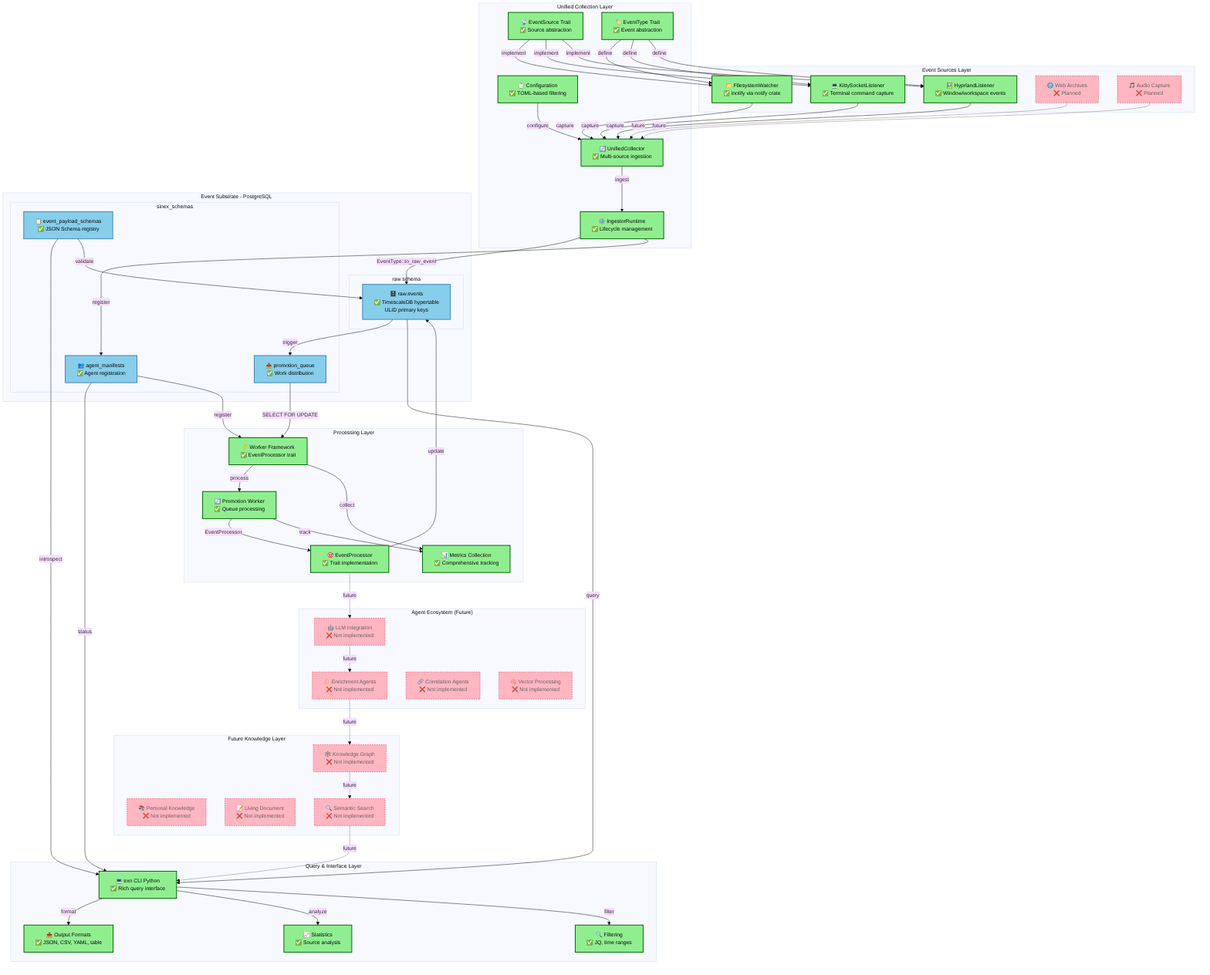
This is spec/diagram/system_architecture.png from Sinity/sinex, a Mermaid export, as it was before one commit. Its source is kept beside it as spec/diagram/system_architecture.mmd. Its diagram source:
```mermaid
%%{init: {'theme':'base', 'themeVariables': { 'fontSize': '14px'}}}%%
graph TB
    subgraph "Event Sources Layer"
        direction TB
        FS[📁 FilesystemWatcher<br/>✅ inotify via notify crate]
        TERM[💻 KittySocketListener<br/>✅ Terminal command capture]
        WM[🖼️ HyprlandListener<br/>✅ Window/workspace events]
        WEB[🌐 Web Archives<br/>❌ Planned]
        AUDIO[🎵 Audio Capture<br/>❌ Planned]
    end

    subgraph "Unified Collection Layer"
        direction TB
        UC[🔄 UnifiedCollector<br/>✅ Multi-source ingestion]
        RT[⚙️ IngestorRuntime<br/>✅ Lifecycle management]
        CFG[📋 Configuration<br/>✅ TOML-based filtering]
        ES[📡 EventSource Trait<br/>✅ Source abstraction]
        ET[🏷️ EventType Trait<br/>✅ Event abstraction]
    end

    subgraph "Event Substrate - PostgreSQL + TimescaleDB"
        direction TB

        subgraph "raw schema"
            RAW[🗄️ raw.events<br/>✅ TimescaleDB hypertable<br/>ULID primary keys]
        end

        subgraph "sinex_schemas"
            SCHEMA[📋 event_payload_schemas<br/>✅ JSON Schema registry]
            MANIFEST[👥 agent_manifests<br/>✅ Agent registration]
            QUEUE[📤 work_queue<br/>✅ Work distribution]
        end
    end

    subgraph "Processing Layer"
        direction TB
        WORKER[⚡ Worker Framework<br/>✅ EventProcessor trait]
        PROMO[🔄 Promotion Worker<br/>✅ Queue processing]
        PROC[🎯 EventProcessor<br/>✅ Trait implementation]
        METRICS[📊 Metrics Collection<br/>✅ Comprehensive tracking]
    end

    subgraph "Agent Ecosystem (Future)"
        direction TB
        LLM[🤖 LLM Integration<br/>❌ Not implemented]
        ENRICH[✨ Enrichment Agents<br/>❌ Not implemented]
        CORR[🔗 Correlation Agents<br/>❌ Not implemented]
        VEC[🧠 Vector Processing<br/>❌ Not implemented]
    end

    subgraph "Query & Interface Layer"
        direction TB
        CLI[💻 exo CLI Python<br/>✅ Rich query interface]
        STATS[📈 Statistics<br/>✅ Source analysis]
        FILTER[🔍 Filtering<br/>✅ JQ, time ranges]
        OUTPUT[📤 Output Formats<br/>✅ JSON, CSV, YAML, table]
    end

    subgraph "Future Knowledge Layer"
        direction TB
        PKM[📚 Personal Knowledge<br/>❌ Not implemented]
        GRAPH[🕸️ Knowledge Graph<br/>❌ Not implemented]
        LIVING[📝 Living Document<br/>❌ Not implemented]
        SEARCH[🔍 Semantic Search<br/>❌ Not implemented]
    end

    FS -->|capture| UC
    TERM -->|capture| UC
    WM -->|capture| UC
    UC -->|ingest| RT
    RT -->|EventType::to_raw_event| RAW
    RT -->|register| MANIFEST
    RAW -->|trigger| QUEUE
    QUEUE -->|SELECT FOR UPDATE| WORKER
    WORKER -->|process| PROMO
    PROMO -->|EventProcessor| PROC
    PROC -->|update| RAW

    CFG -->|configure| UC
    ES -->|implement| FS
    ES -->|implement| TERM
    ES -->|implement| WM
    ET -->|define| FS
    ET -->|define| TERM
    ET -->|define| WM

    RAW -->|query| CLI
    SCHEMA -->|introspect| CLI
    MANIFEST -->|status| CLI
    CLI -->|format| OUTPUT
    CLI -->|analyze| STATS
    CLI -->|filter| FILTER

    WORKER -->|collect| METRICS
    PROMO -->|track| METRICS

    WEB -.->|future| UC
    AUDIO -.->|future| UC
    PROC -.->|future| LLM
    LLM -.->|future| ENRICH
    ENRICH -.->|future| GRAPH
    GRAPH -.->|future| SEARCH
    SEARCH -.->|future| CLI

    SCHEMA -->|validate| RAW
    MANIFEST -->|register| WORKER

    classDef implemented fill:#90EE90,stroke:#006400,stroke-width:2px,color:#000
    classDef partial fill:#FFD700,stroke:#FF8C00,stroke-width:2px,color:#000
    classDef notImpl fill:#FFB6C1,stroke:#DC143C,stroke-width:1px,stroke-dasharray:3 3,color:#666
    classDef database fill:#87CEEB,stroke:#4682B4,stroke-width:2px,color:#000

    class FS,TERM,WM,UC,RT,CFG,ES,ET,WORKER,PROMO,PROC,METRICS,CLI,STATS,FILTER,OUTPUT implemented
    class RAW,SCHEMA,MANIFEST,QUEUE database
    class WEB,AUDIO,LLM,ENRICH,CORR,VEC,PKM,GRAPH,LIVING,SEARCH notImpl
```
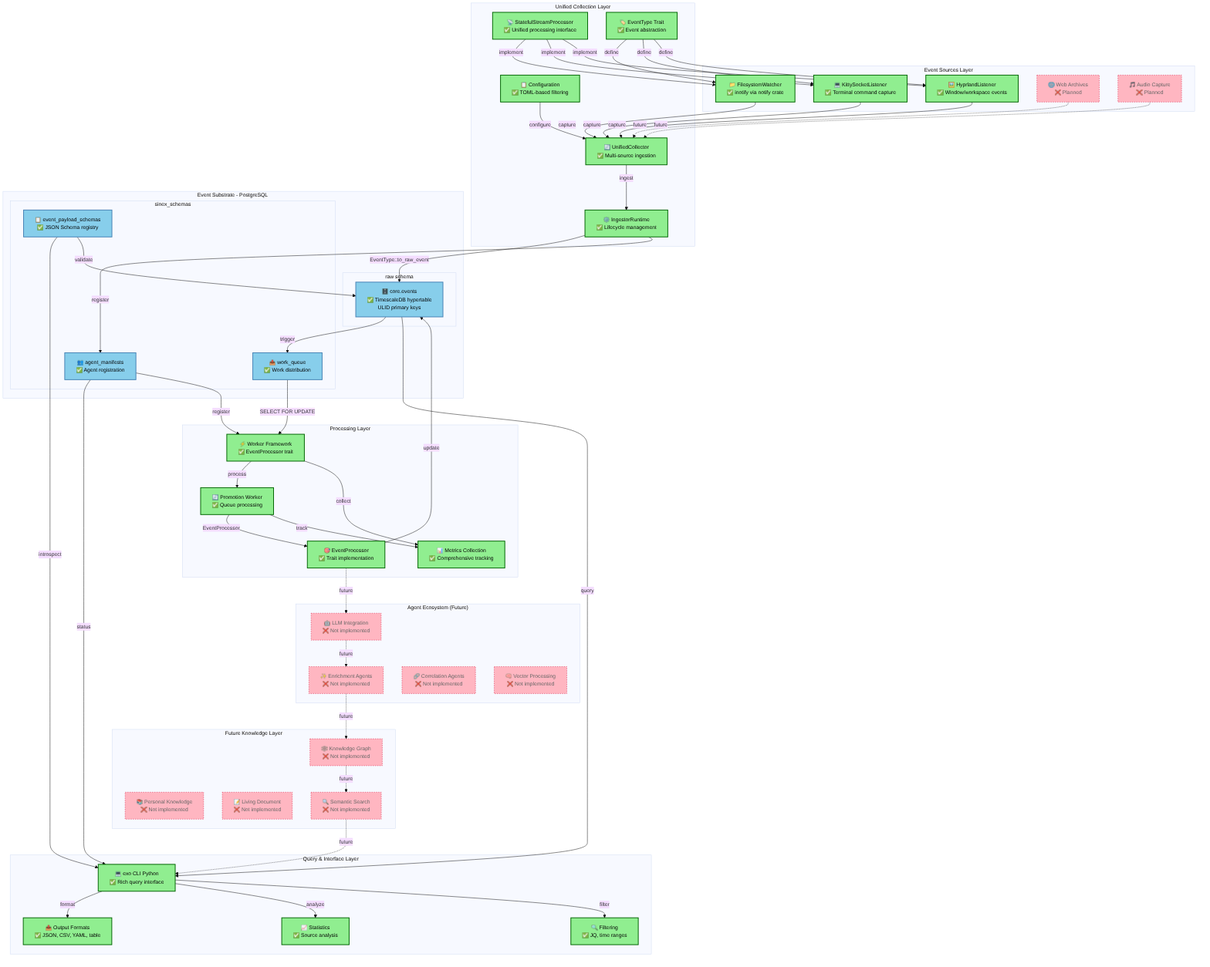
Later version of the same file.

Change to the diagram source:
```diff
@@ -14,7 +14,7 @@
         UC[🔄 UnifiedCollector<br/>✅ Multi-source ingestion]
         RT[⚙️ IngestorRuntime<br/>✅ Lifecycle management]
         CFG[📋 Configuration<br/>✅ TOML-based filtering]
-        ES[📡 EventSource Trait<br/>✅ Source abstraction]
+        ES[📡 StatefulStreamProcessor<br/>✅ Unified processing interface]
         ET[🏷️ EventType Trait<br/>✅ Event abstraction]
     end
 
@@ -22,7 +22,7 @@
         direction TB
 
         subgraph "raw schema"
-            RAW[🗄️ raw.events<br/>✅ TimescaleDB hypertable<br/>ULID primary keys]
+            RAW[🗄️ core.events<br/>✅ TimescaleDB hypertable<br/>ULID primary keys]
         end
 
         subgraph "sinex_schemas"
```
